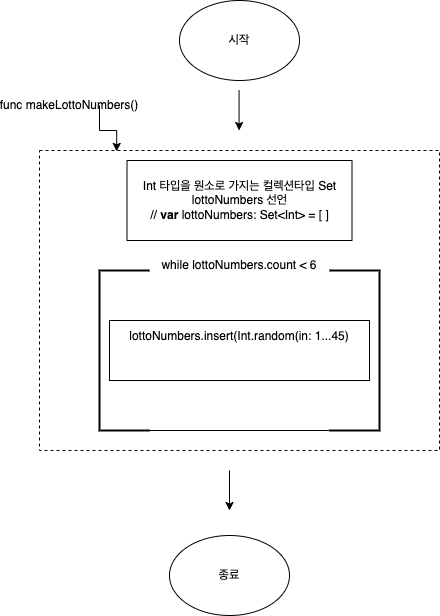
Before: Flow charts/Week2_Step1.png, a diagram exported from draw.io (yagom-academy/swift-starter-Round2). Source tidied: cells renumbered, new cells last; positions are measured from the earlier drawing's top-left corner, leaving out a move shared by most shapes.
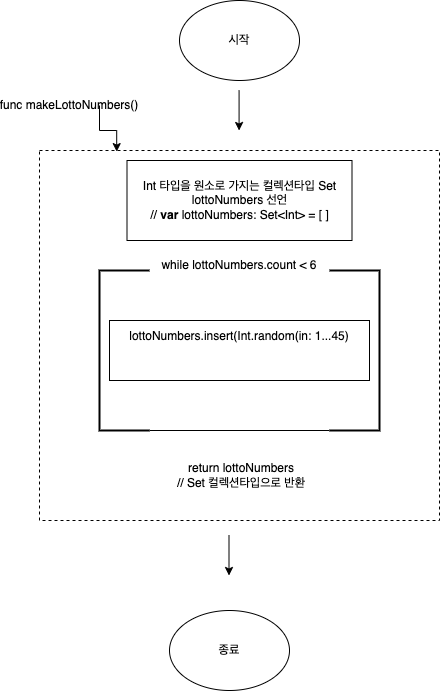
Later version of the same file.

Commit message:
♻️ refactor: 순서도 수정

return 값 추가

Change to the diagram source:
```diff
@@ -3,7 +3,7 @@
     <mxCell id="0" />
     <mxCell id="1" parent="0" />
     <mxCell id="2" style="rounded=0;whiteSpace=wrap;html=1;dashed=1;" parent="1" vertex="1">
-      <mxGeometry y="150" width="400" height="300" as="geometry" />
+      <mxGeometry y="150" width="400" height="370" as="geometry" />
     </mxCell>
     <mxCell id="3" style="edgeStyle=orthogonalEdgeStyle;rounded=0;jettySize=auto;html=1;exitX=1;exitY=0.5;exitDx=0;exitDy=0;entryX=0.193;entryY=0.003;entryDx=0;entryDy=0;entryPerimeter=0;" parent="1" edge="1" source="4" target="2">
       <mxGeometry relative="1" as="geometry">
@@ -47,12 +47,15 @@
     </mxCell>
     <mxCell id="13" style="endArrow=classic;html=1;rounded=0;" parent="1" edge="1">
       <mxGeometry relative="1" as="geometry">
-        <mxPoint x="190" y="470" as="sourcePoint" />
-        <mxPoint x="190" y="510" as="targetPoint" />
+        <mxPoint x="189.5" y="535" as="sourcePoint" />
+        <mxPoint x="189.5" y="575" as="targetPoint" />
       </mxGeometry>
     </mxCell>
     <mxCell id="14" value="종료" style="ellipse;whiteSpace=wrap;html=1;" parent="1" vertex="1">
-      <mxGeometry x="130" y="535" width="120" height="80" as="geometry" />
+      <mxGeometry x="130" y="610" width="120" height="80" as="geometry" />
     </mxCell>
+    <mxCell id="15" value="return lottoNumbers&lt;br&gt;// Set 컬렉션타입으로 반환" style="text;html=1;strokeColor=none;fillColor=none;align=center;verticalAlign=middle;whiteSpace=wrap;rounded=0;" parent="1" vertex="1">
+      <mxGeometry x="117" y="460" width="170" height="30" as="geometry" />
+    </mxCell>
   </root>
 </mxGraphModel>
```
